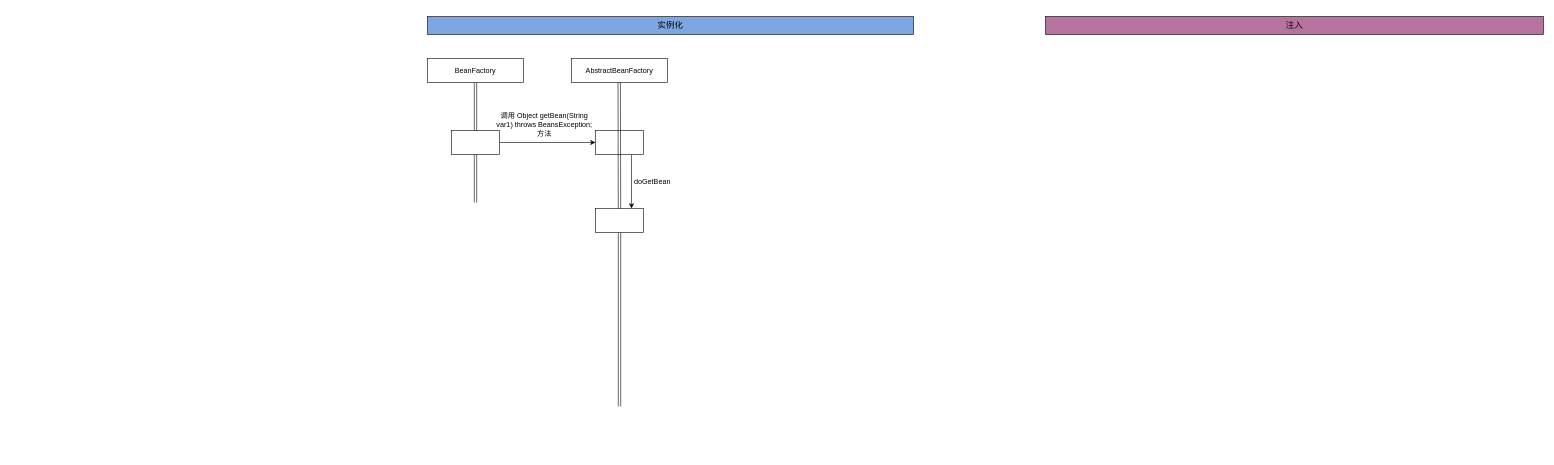
Before: src/Untitled Diagram.drawio in jethrozz/scala, a draw.io diagram. Source tidied: cells renumbered, new cells numbered last; positions are measured from the earlier drawing's top-left corner, leaving out a move shared by most shapes. Both pictures are drawn from the tidied source at 60%, with x=0, y=0 at pixel (427, 16).
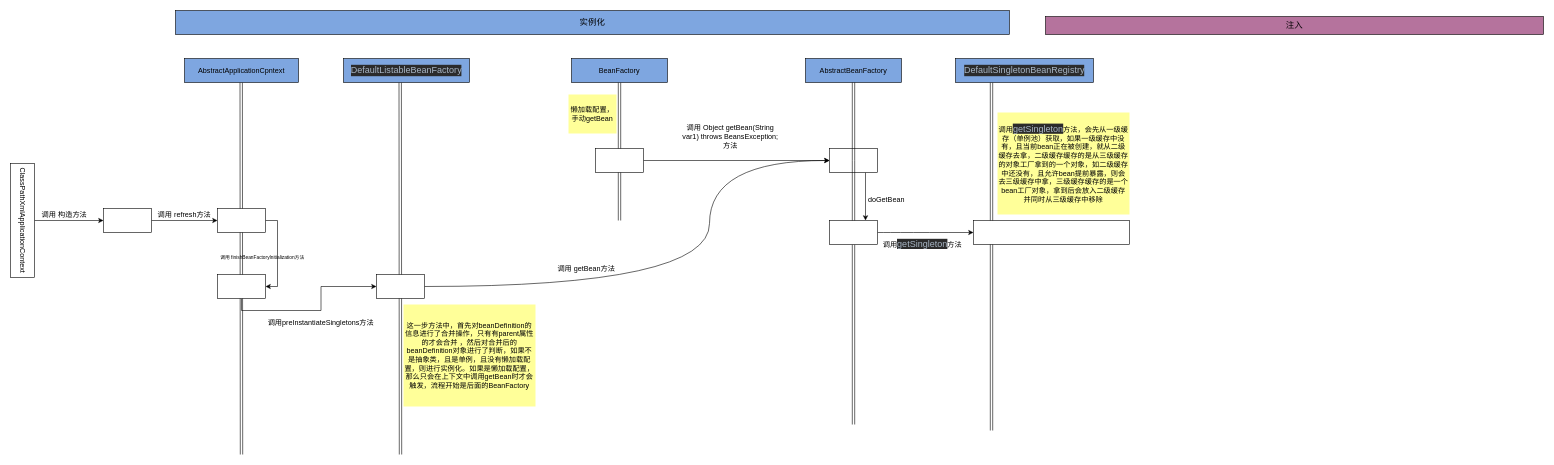
The same page after the edit.

What changed in the source:
```diff
@@
+    <mxCell id="16" style="rounded=0;orthogonalLoop=1;jettySize=auto;html=1;shape=link;" parent="1" edge="1">
+      <mxGeometry relative="1" as="geometry">
+        <mxPoint x="940" y="110" as="sourcePoint" />
+        <mxPoint x="940" y="690" as="targetPoint" />
+      </mxGeometry>
+    </mxCell>
+    <mxCell id="17" style="rounded=0;orthogonalLoop=1;jettySize=auto;html=1;shape=link;" parent="1" edge="1">
+      <mxGeometry relative="1" as="geometry">
+        <mxPoint x="-45.5" y="110" as="sourcePoint" />
+        <mxPoint x="-45" y="730" as="targetPoint" />
+      </mxGeometry>
+    </mxCell>
+    <mxCell id="18" style="rounded=0;orthogonalLoop=1;jettySize=auto;html=1;shape=link;" parent="1" edge="1">
+      <mxGeometry relative="1" as="geometry">
+        <mxPoint x="-310.5" y="110" as="sourcePoint" />
+        <mxPoint x="-310" y="730" as="targetPoint" />
+      </mxGeometry>
+    </mxCell>
     <mxCell id="2" value="&lt;font style=&quot;font-size: 14px&quot;&gt;实例化&lt;/font&gt;" style="rounded=0;whiteSpace=wrap;html=1;fillColor=#7EA6E0;" parent="1" vertex="1">
-      <mxGeometry width="810" height="30" as="geometry" />
+      <mxGeometry x="-420" y="-10" width="1390" height="40" as="geometry" />
     </mxCell>
@@
     <mxCell id="4" style="rounded=0;jettySize=auto;html=1;shape=link;" parent="1" edge="1" source="5">
       <mxGeometry relative="1" as="geometry">
-        <mxPoint x="80" y="310" as="targetPoint" />
+        <mxPoint x="320" y="340" as="targetPoint" />
+        <Array as="points">
+          <mxPoint x="320" y="340" />
+        </Array>
       </mxGeometry>
     </mxCell>
-    <mxCell id="5" value="BeanFactory" style="rounded=0;whiteSpace=wrap;html=1;fillColor=#FFFFFF;" parent="1" vertex="1">
-      <mxGeometry y="70" width="160" height="40" as="geometry" />
+    <mxCell id="5" value="BeanFactory" style="rounded=0;whiteSpace=wrap;html=1;fillColor=#7EA6E0;" parent="1" vertex="1">
+      <mxGeometry x="240" y="70" width="160" height="40" as="geometry" />
     </mxCell>
@@
     <mxCell id="7" style="rounded=0;whiteSpace=wrap;html=1;fillColor=#FFFFFF;" parent="1" vertex="1">
-      <mxGeometry x="40" y="190" width="80" height="40" as="geometry" />
+      <mxGeometry x="280" y="220" width="80" height="40" as="geometry" />
     </mxCell>
-    <mxCell id="8" value="AbstractBeanFactory" style="rounded=0;whiteSpace=wrap;html=1;fillColor=#FFFFFF;" parent="1" vertex="1">
-      <mxGeometry x="240" y="70" width="160" height="40" as="geometry" />
+    <mxCell id="8" value="AbstractBeanFactory" style="rounded=0;whiteSpace=wrap;html=1;fillColor=#7EA6E0;" parent="1" vertex="1">
+      <mxGeometry x="630" y="70" width="160" height="40" as="geometry" />
     </mxCell>
     <mxCell id="9" value="调用&amp;nbsp;Object getBean(String var1) throws BeansException;方法" style="text;html=1;strokeColor=none;fillColor=none;align=center;verticalAlign=middle;whiteSpace=wrap;rounded=0;" parent="1" vertex="1">
-      <mxGeometry x="110" y="140" width="170" height="80" as="geometry" />
+      <mxGeometry x="420" y="160" width="170" height="80" as="geometry" />
     </mxCell>
@@
     <mxCell id="11" style="rounded=0;whiteSpace=wrap;html=1;fillColor=#FFFFFF;" parent="1" vertex="1">
-      <mxGeometry x="280" y="190" width="80" height="40" as="geometry" />
+      <mxGeometry x="670" y="220" width="80" height="40" as="geometry" />
     </mxCell>
     <mxCell id="12" style="rounded=0;jettySize=auto;html=1;shape=link;" parent="1" edge="1" source="13">
       <mxGeometry relative="1" as="geometry">
-        <mxPoint x="320" y="650" as="targetPoint" />
+        <mxPoint x="710" y="680" as="targetPoint" />
       </mxGeometry>
     </mxCell>
+    <mxCell id="19" style="edgeStyle=orthogonalEdgeStyle;curved=1;rounded=0;jettySize=auto;html=1;exitX=1;exitY=0.5;exitDx=0;exitDy=0;entryX=0;entryY=0.5;entryDx=0;entryDy=0;" parent="1" edge="1" source="13" target="40">
+      <mxGeometry relative="1" as="geometry" />
+    </mxCell>
     <mxCell id="13" style="rounded=0;whiteSpace=wrap;html=1;fillColor=#FFFFFF;" parent="1" vertex="1">
-      <mxGeometry x="280" y="320" width="80" height="40" as="geometry" />
+      <mxGeometry x="670" y="340" width="80" height="40" as="geometry" />
     </mxCell>
-    <mxCell id="14" style="rounded=0;jettySize=auto;html=1;shape=link;" parent="1" edge="1" target="13">
+    <mxCell id="14" style="rounded=0;jettySize=auto;html=1;shape=link;exitX=0.5;exitY=1;exitDx=0;exitDy=0;" parent="1" edge="1" source="8" target="13">
       <mxGeometry relative="1" as="geometry">
-        <mxPoint x="319.5" y="110" as="sourcePoint" />
+        <Array as="points">
+          <mxPoint x="710" y="240" />
+        </Array>
       </mxGeometry>
     </mxCell>
     <mxCell id="15" value="doGetBean" style="text;html=1;strokeColor=none;fillColor=none;align=center;verticalAlign=middle;whiteSpace=wrap;rounded=0;" parent="1" vertex="1">
-      <mxGeometry x="340" y="270" width="70" height="10" as="geometry" />
+      <mxGeometry x="730" y="300" width="70" height="10" as="geometry" />
     </mxCell>
+    <mxCell id="20" style="edgeStyle=orthogonalEdgeStyle;rounded=0;jettySize=auto;html=1;entryX=0;entryY=0.5;entryDx=0;entryDy=0;" parent="1" edge="1" source="21" target="23">
+      <mxGeometry relative="1" as="geometry" />
+    </mxCell>
+    <mxCell id="21" value="ClassPathXmlApplicationContext" style="rounded=0;whiteSpace=wrap;html=1;fillColor=#FFFFFF;rotation=90;" parent="1" vertex="1">
+      <mxGeometry x="-770" y="320" width="190" height="40" as="geometry" />
+    </mxCell>
+    <mxCell id="22" style="edgeStyle=orthogonalEdgeStyle;rounded=0;jettySize=auto;html=1;exitX=1;exitY=0.5;exitDx=0;exitDy=0;entryX=0;entryY=0.5;entryDx=0;entryDy=0;" parent="1" edge="1" source="23" target="27">
+      <mxGeometry relative="1" as="geometry" />
+    </mxCell>
+    <mxCell id="23" style="rounded=0;whiteSpace=wrap;html=1;fillColor=#FFFFFF;" parent="1" vertex="1">
+      <mxGeometry x="-540" y="320" width="80" height="40" as="geometry" />
+    </mxCell>
+    <mxCell id="24" value="调用&amp;nbsp;构造方法" style="text;html=1;strokeColor=none;fillColor=none;align=center;verticalAlign=middle;whiteSpace=wrap;rounded=0;" parent="1" vertex="1">
+      <mxGeometry x="-690" y="290" width="170" height="80" as="geometry" />
+    </mxCell>
+    <mxCell id="25" value="AbstractApplicationCpntext" style="rounded=0;whiteSpace=wrap;html=1;fillColor=#7EA6E0;rotation=0;" parent="1" vertex="1">
+      <mxGeometry x="-405" y="70" width="190" height="40" as="geometry" />
+    </mxCell>
+    <mxCell id="26" style="edgeStyle=orthogonalEdgeStyle;rounded=0;jettySize=auto;html=1;exitX=1;exitY=0.5;exitDx=0;exitDy=0;entryX=1;entryY=0.5;entryDx=0;entryDy=0;" parent="1" edge="1" source="27" target="30">
+      <mxGeometry relative="1" as="geometry" />
+    </mxCell>
+    <mxCell id="27" style="rounded=0;whiteSpace=wrap;html=1;fillColor=#FFFFFF;" parent="1" vertex="1">
+      <mxGeometry x="-350" y="320" width="80" height="40" as="geometry" />
+    </mxCell>
+    <mxCell id="28" value="调用 refresh方法" style="text;html=1;strokeColor=none;fillColor=none;align=center;verticalAlign=middle;whiteSpace=wrap;rounded=0;" parent="1" vertex="1">
+      <mxGeometry x="-490" y="290" width="170" height="80" as="geometry" />
+    </mxCell>
+    <mxCell id="29" style="edgeStyle=orthogonalEdgeStyle;rounded=0;jettySize=auto;html=1;exitX=0.5;exitY=1;exitDx=0;exitDy=0;" parent="1" edge="1" source="30" target="34">
+      <mxGeometry relative="1" as="geometry" />
+    </mxCell>
+    <mxCell id="30" style="rounded=0;whiteSpace=wrap;html=1;fillColor=#FFFFFF;" parent="1" vertex="1">
+      <mxGeometry x="-350" y="430" width="80" height="40" as="geometry" />
+    </mxCell>
+    <mxCell id="31" value="&lt;font style=&quot;font-size: 8px&quot;&gt;调用&amp;nbsp;finishBeanFactoryInitialization方法&lt;/font&gt;" style="text;html=1;strokeColor=none;fillColor=none;align=center;verticalAlign=middle;whiteSpace=wrap;rounded=0;" parent="1" vertex="1">
+      <mxGeometry x="-360" y="350" width="170" height="100" as="geometry" />
+    </mxCell>
+    <mxCell id="32" value="&lt;pre style=&quot;background-color: #2b2b2b ; color: #a9b7c6 ; font-family: &amp;#34;jetbrains mono&amp;#34; ; font-size: 11.3pt&quot;&gt;DefaultListableBeanFactory&lt;/pre&gt;" style="rounded=0;whiteSpace=wrap;html=1;fillColor=#7EA6E0;rotation=0;" parent="1" vertex="1">
+      <mxGeometry x="-140" y="70" width="210" height="40" as="geometry" />
+    </mxCell>
+    <mxCell id="33" style="edgeStyle=orthogonalEdgeStyle;rounded=0;jettySize=auto;html=1;exitX=1;exitY=0.5;exitDx=0;exitDy=0;entryX=0;entryY=0.5;entryDx=0;entryDy=0;curved=1;" parent="1" edge="1" source="34" target="11">
+      <mxGeometry relative="1" as="geometry">
+        <Array as="points">
+          <mxPoint x="470" y="450" />
+          <mxPoint x="470" y="240" />
+        </Array>
+      </mxGeometry>
+    </mxCell>
+    <mxCell id="34" style="rounded=0;whiteSpace=wrap;html=1;fillColor=#FFFFFF;" parent="1" vertex="1">
+      <mxGeometry x="-85" y="430" width="80" height="40" as="geometry" />
+    </mxCell>
+    <mxCell id="35" value="调用preInstantiateSingletons方法" style="text;html=1;strokeColor=none;fillColor=none;align=center;verticalAlign=middle;whiteSpace=wrap;rounded=0;" parent="1" vertex="1">
+      <mxGeometry x="-270" y="490" width="185" height="40" as="geometry" />
+    </mxCell>
+    <mxCell id="36" value="调用 getBean方法" style="text;html=1;strokeColor=none;fillColor=none;align=center;verticalAlign=middle;whiteSpace=wrap;rounded=0;" parent="1" vertex="1">
+      <mxGeometry x="180" y="380" width="170" height="80" as="geometry" />
+    </mxCell>
+    <mxCell id="37" value="这一步方法中，首先对beanDefinition的信息进行了合并操作，只有有parent属性的才会合并 ，然后对合并后的beanDefinition对象进行了判断，如果不是抽象类，且是单例，且没有懒加载配置，则进行实例化。如果是懒加载配置，那么只会在上下文中调用getBean时才会触发，流程开始是后面的BeanFactory" style="text;html=1;strokeColor=none;fillColor=#FFFF99;align=center;verticalAlign=middle;whiteSpace=wrap;rounded=0;" parent="1" vertex="1">
+      <mxGeometry x="-40" y="480" width="220" height="170" as="geometry" />
+    </mxCell>
+    <mxCell id="38" value="懒加载配置，手动getBean" style="text;html=1;strokeColor=none;fillColor=#FFFF99;align=center;verticalAlign=middle;whiteSpace=wrap;rounded=0;" parent="1" vertex="1">
+      <mxGeometry x="235" y="130" width="80" height="65" as="geometry" />
+    </mxCell>
+    <mxCell id="39" value="&lt;pre style=&quot;background-color: #2b2b2b ; color: #a9b7c6 ; font-family: &amp;quot;jetbrains mono&amp;quot; ; font-size: 11.3pt&quot;&gt;DefaultSingletonBeanRegistry&lt;/pre&gt;" style="rounded=0;whiteSpace=wrap;html=1;fillColor=#7EA6E0;" parent="1" vertex="1">
+      <mxGeometry x="880" y="70" width="230" height="40" as="geometry" />
+    </mxCell>
+    <mxCell id="40" style="rounded=0;whiteSpace=wrap;html=1;fillColor=#FFFFFF;" parent="1" vertex="1">
+      <mxGeometry x="910" y="340" width="260" height="40" as="geometry" />
+    </mxCell>
+    <mxCell id="41" value="调用&lt;span style=&quot;background-color: rgb(43 , 43 , 43) ; color: rgb(169 , 183 , 198) ; font-family: &amp;#34;jetbrains mono&amp;#34; ; font-size: 11.3pt&quot;&gt;getSingleton&lt;/span&gt;&lt;span&gt;方法&lt;/span&gt;" style="text;html=1;strokeColor=none;fillColor=none;align=center;verticalAlign=middle;whiteSpace=wrap;rounded=0;" parent="1" vertex="1">
+      <mxGeometry x="740" y="340" width="170" height="80" as="geometry" />
+    </mxCell>
+    <mxCell id="42" value="调用&lt;span style=&quot;background-color: rgb(43 , 43 , 43) ; color: rgb(169 , 183 , 198) ; font-family: &amp;#34;jetbrains mono&amp;#34; ; font-size: 11.3pt&quot;&gt;getSingleton&lt;/span&gt;方法，会先从一级缓存（单例池）获取，如果一级缓存中没有，且当前bean正在被创建，就从二级缓存去拿，二级缓存缓存的是从三级缓存的对象工厂拿到的一个对象，如二级缓存中还没有，且允许bean提前暴露，则会去三级缓存中拿，三级缓存缓存的是一个bean工厂对象，拿到后会放入二级缓存并同时从三级缓存中移除" style="text;html=1;strokeColor=none;fillColor=#FFFF99;align=center;verticalAlign=middle;whiteSpace=wrap;rounded=0;" parent="1" vertex="1">
+      <mxGeometry x="950" y="160" width="220" height="170" as="geometry" />
+    </mxCell>
```
